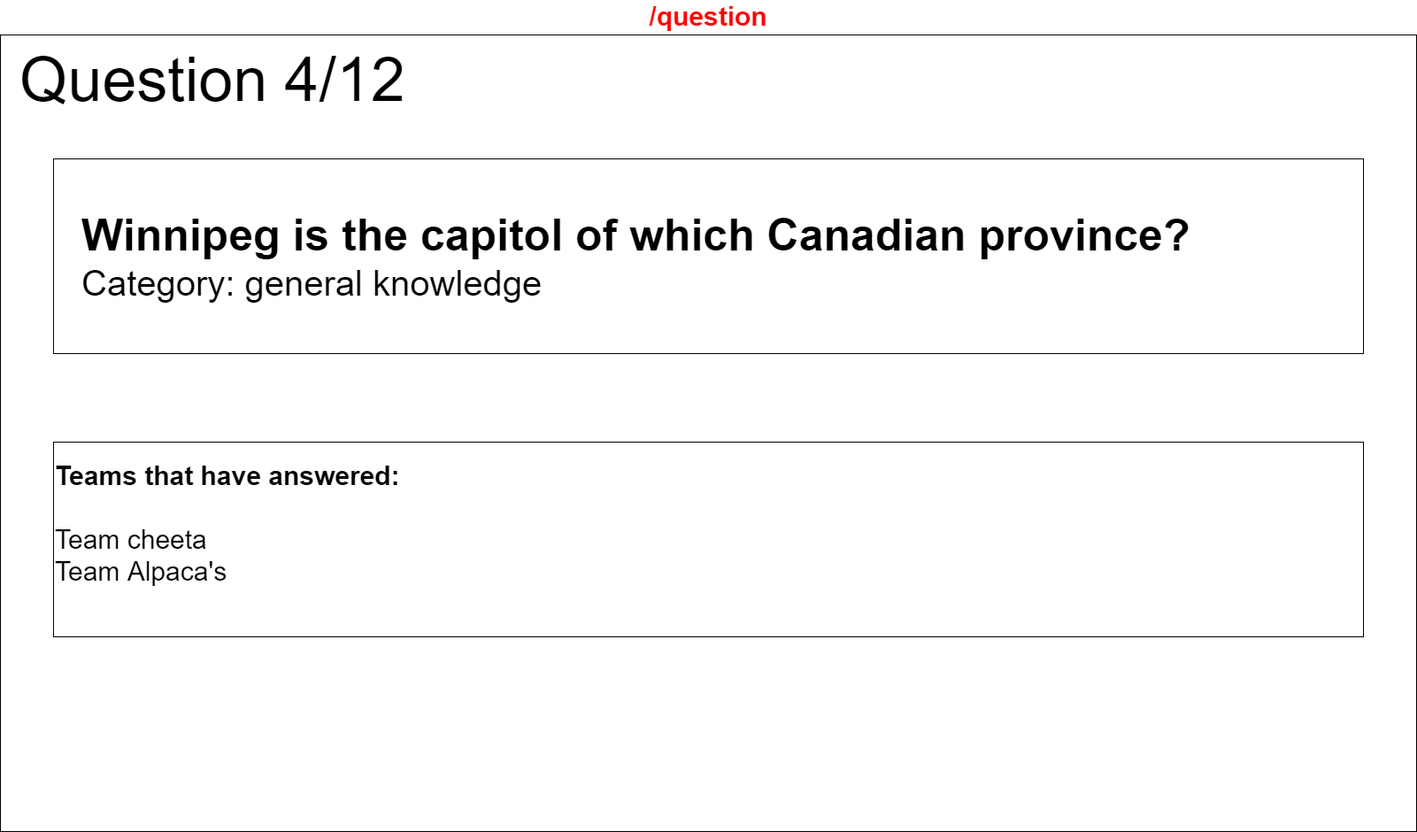
IkBenDeSjaak/Quizzer keeps this draw.io diagram as docs/wireframes/scoreboard-question.png. Above is the earlier version. Source tidied: cells renumbered, new cells last; positions are measured from the earlier drawing's top-left corner, leaving out a move shared by most shapes.
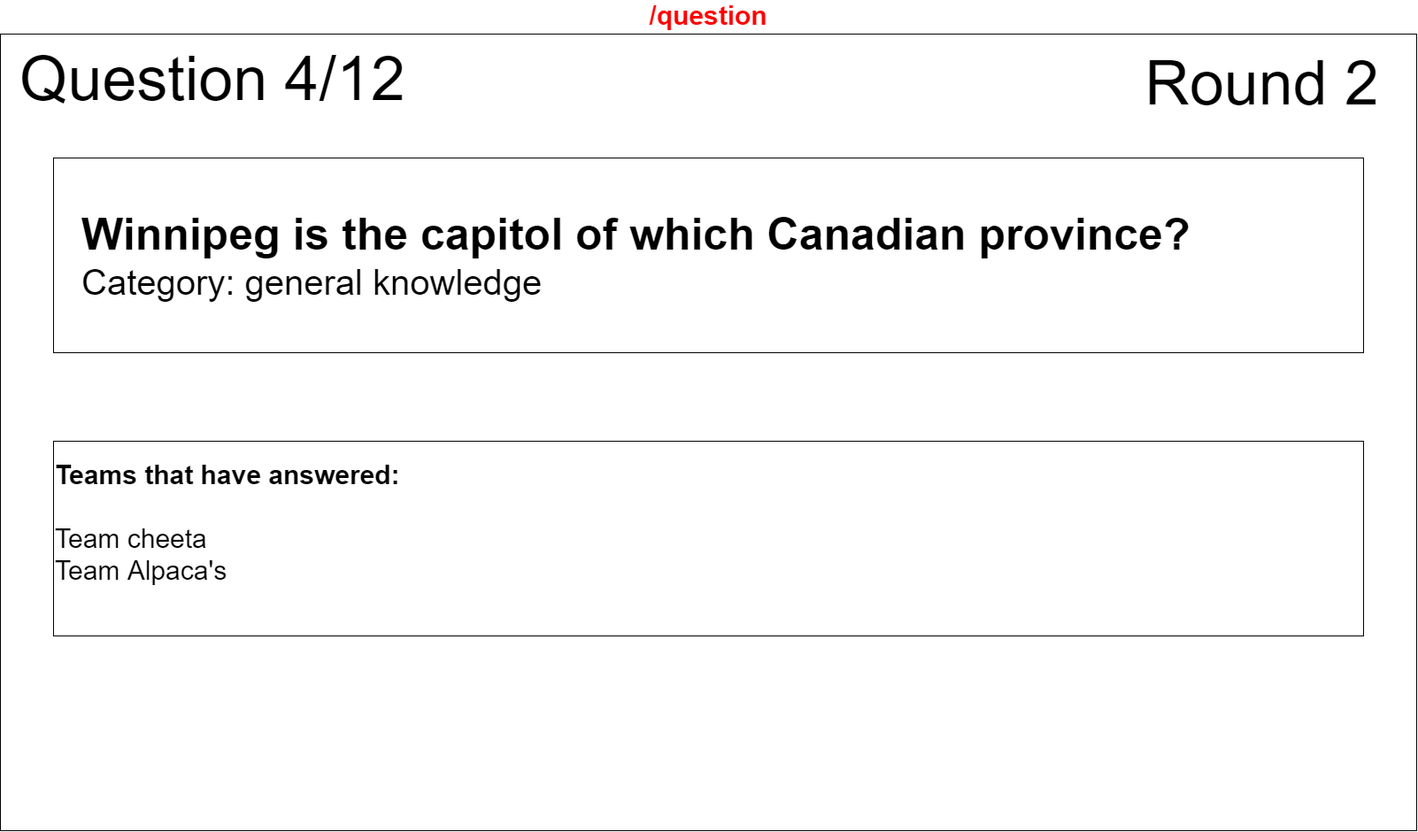
After the change.

What changed in the source:
```diff
@@ -17,5 +17,8 @@
     <mxCell id="6" value="&lt;font style=&quot;font-size: 30px&quot;&gt;&lt;b&gt;Teams that have answered:&lt;/b&gt;&lt;br&gt;&lt;br&gt;Team cheeta&lt;br&gt;Team Alpaca's&lt;br&gt;&lt;br&gt;&lt;/font&gt;" style="rounded=0;whiteSpace=wrap;html=1;align=left;" parent="1" vertex="1">
       <mxGeometry x="60" y="460" width="1480" height="220" as="geometry" />
     </mxCell>
+    <mxCell id="7" value="&lt;font style=&quot;font-size: 70px&quot;&gt;Round 2&lt;/font&gt;" style="text;html=1;strokeColor=none;fillColor=none;align=right;verticalAlign=middle;whiteSpace=wrap;rounded=0;" parent="1" vertex="1">
+      <mxGeometry x="1060" y="20" width="500" height="70" as="geometry" />
+    </mxCell>
   </root>
 </mxGraphModel>
```
